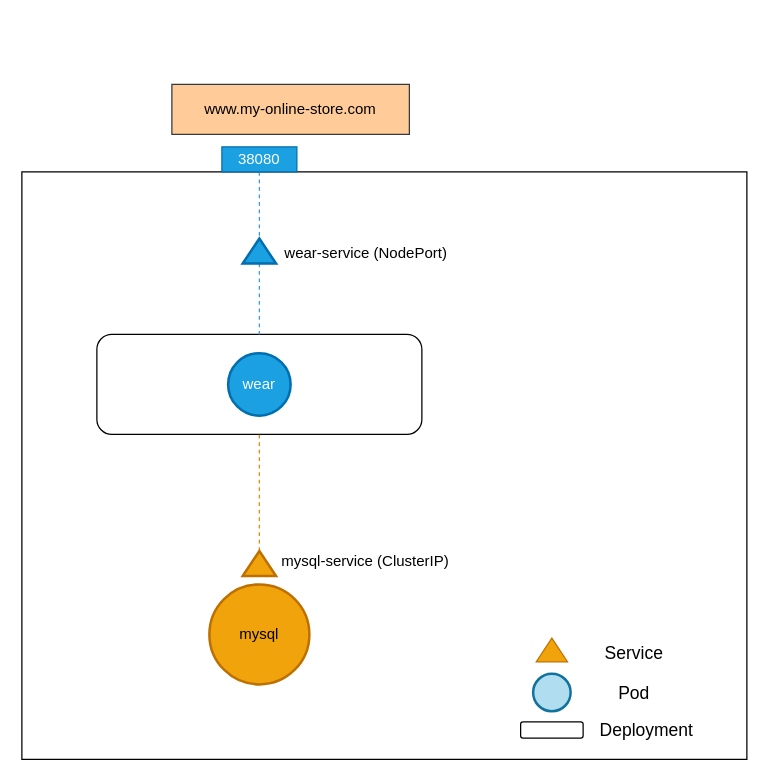
Above: page "ingress" (6 of 6) of assets/networking.drawio in aditya109/journey-CKA (draw.io), before the change. Source tidied: cells renumbered, new cells numbered last; positions are measured from the earlier drawing's top-left corner, leaving out a move shared by most shapes. Both pictures are drawn from the tidied source at 125%, with x=0, y=0 at pixel (21, 84).
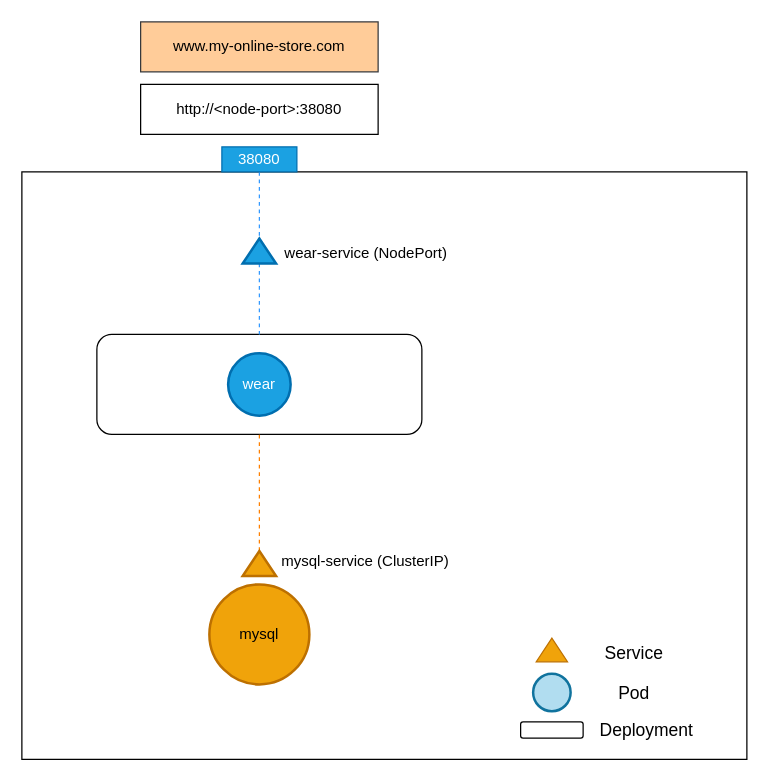
Above is the later version.

Commit message (it also covers changes not shown here):
added refreshed assets;

What changed in the source:
```diff
@@
     <mxCell id="2" value="www.my-online-store.com" style="rounded=0;whiteSpace=wrap;html=1;fillColor=#ffcc99;strokeColor=#36393d;" parent="1" vertex="1">
-      <mxGeometry x="120" width="190" height="40" as="geometry" />
+      <mxGeometry x="95" y="-50" width="190" height="40" as="geometry" />
     </mxCell>
@@
+    <mxCell id="21" value="http://&amp;lt;node-port&amp;gt;:38080" style="rounded=0;whiteSpace=wrap;html=1;" parent="1" vertex="1">
+      <mxGeometry x="95" width="190" height="40" as="geometry" />
+    </mxCell>
```
